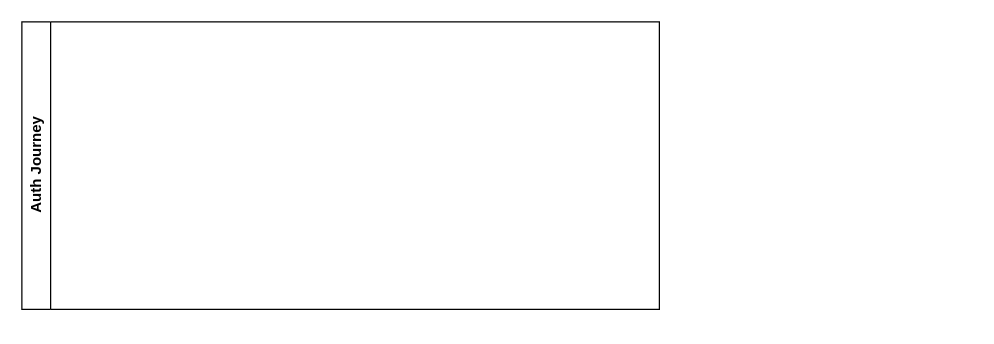
Earlier version of the draw.io diagram AuthJourney.drawio (acheddir/restdemo). Source tidied: cells renumbered, new cells numbered last; positions are measured from the earlier drawing's top-left corner, leaving out a move shared by most shapes. Both pictures are drawn from the tidied source at 125%, with x=0, y=0 at pixel (21, 21).
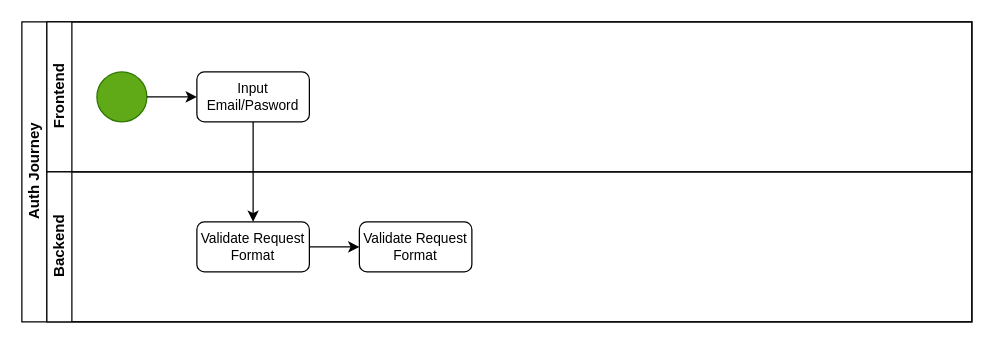
Above is the later version.

The edit, as a diff of the source:
```diff
@@
 <mxGraphModel>
   <root>
     <mxCell id="0" />
     <mxCell id="1" parent="0" />
-    <mxCell id="2" value="Auth Journey" style="swimlane;horizontal=0;whiteSpace=wrap;html=1;" parent="1" vertex="1">
-      <mxGeometry width="510" height="230" as="geometry" />
+    <mxCell id="2" value="Auth Journey" style="swimlane;horizontal=0;startSize=20;html=1;" parent="1" vertex="1">
+      <mxGeometry width="760" height="240" as="geometry" />
     </mxCell>
+    <mxCell id="3" value="Frontend" style="swimlane;startSize=20;horizontal=0;html=1;" parent="2" vertex="1">
+      <mxGeometry x="20" width="740" height="120" as="geometry" />
+    </mxCell>
+    <mxCell id="4" style="ellipse;whiteSpace=wrap;html=1;fillColor=#60a917;fontColor=#ffffff;strokeColor=#2D7600;" parent="3" vertex="1">
+      <mxGeometry x="40" y="40" width="40" height="40" as="geometry" />
+    </mxCell>
+    <mxCell id="5" style="endArrow=classic;html=1;rounded=0;" parent="3" edge="1">
+      <mxGeometry relative="1" as="geometry">
+        <mxPoint x="80" y="60" as="sourcePoint" />
+        <mxPoint x="120" y="60" as="targetPoint" />
+      </mxGeometry>
+    </mxCell>
+    <mxCell id="6" value="Input Email/Pasword" style="rounded=1;whiteSpace=wrap;html=1;fontSize=11;" parent="3" vertex="1">
+      <mxGeometry x="120" y="40" width="90" height="40" as="geometry" />
+    </mxCell>
+    <mxCell id="7" value="Backend" style="swimlane;startSize=20;horizontal=0;html=1;" parent="2" vertex="1">
+      <mxGeometry x="20" y="120" width="740" height="120" as="geometry" />
+    </mxCell>
+    <mxCell id="8" style="edgeStyle=orthogonalEdgeStyle;rounded=0;jettySize=auto;html=1;entryX=0;entryY=0.5;entryDx=0;entryDy=0;" parent="7" edge="1" source="9" target="10">
+      <mxGeometry relative="1" as="geometry" />
+    </mxCell>
+    <mxCell id="9" value="Validate Request Format" style="rounded=1;whiteSpace=wrap;html=1;fontSize=11;" parent="7" vertex="1">
+      <mxGeometry x="120" y="40" width="90" height="40" as="geometry" />
+    </mxCell>
+    <mxCell id="10" value="Validate Request Format" style="rounded=1;whiteSpace=wrap;html=1;fontSize=11;" parent="7" vertex="1">
+      <mxGeometry x="250" y="40" width="90" height="40" as="geometry" />
+    </mxCell>
+    <mxCell id="11" style="edgeStyle=orthogonalEdgeStyle;rounded=0;jettySize=auto;html=1;entryX=0.5;entryY=0;entryDx=0;entryDy=0;" parent="2" edge="1" source="6" target="9">
+      <mxGeometry relative="1" as="geometry" />
+    </mxCell>
   </root>
 </mxGraphModel>
```
